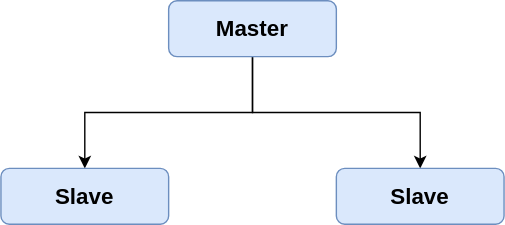
Developer-Tang/notes keeps this draw.io diagram as Redis/Redis集群方案/Redis主从.drawio.svg. Above is the earlier version. Source tidied: cells renumbered, new cells last; positions are measured from the earlier drawing's top-left corner, leaving out a move shared by most shapes. Its diagram source:
```xml
<mxGraphModel>
  <root>
    <mxCell id="0" />
    <mxCell id="1" parent="0" />
    <mxCell id="2" style="edgeStyle=orthogonalEdgeStyle;rounded=0;jettySize=auto;html=1;exitX=0.5;exitY=1;exitDx=0;exitDy=0;fontSize=16;" parent="1" edge="1" source="4" target="5">
      <mxGeometry relative="1" as="geometry" />
    </mxCell>
    <mxCell id="3" style="edgeStyle=orthogonalEdgeStyle;rounded=0;jettySize=auto;html=1;exitX=0.5;exitY=1;exitDx=0;exitDy=0;fontSize=16;" parent="1" edge="1" source="4" target="6">
      <mxGeometry relative="1" as="geometry" />
    </mxCell>
    <mxCell id="4" value="Master" style="rounded=1;whiteSpace=wrap;html=1;fillColor=#dae8fc;strokeColor=#6c8ebf;fontSize=16;fontStyle=1;" parent="1" vertex="1">
      <mxGeometry x="120" width="120" height="40" as="geometry" />
    </mxCell>
    <mxCell id="5" value="Slave" style="rounded=1;whiteSpace=wrap;html=1;fillColor=#dae8fc;strokeColor=#6c8ebf;fontSize=16;fontStyle=1;" parent="1" vertex="1">
      <mxGeometry y="120" width="120" height="40" as="geometry" />
    </mxCell>
    <mxCell id="6" value="Slave" style="rounded=1;whiteSpace=wrap;html=1;fillColor=#dae8fc;strokeColor=#6c8ebf;fontSize=16;fontStyle=1;" parent="1" vertex="1">
      <mxGeometry x="240" y="120" width="120" height="40" as="geometry" />
    </mxCell>
  </root>
</mxGraphModel>
```
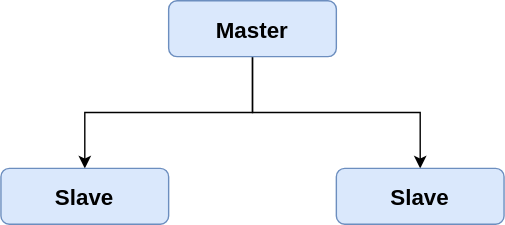
Above is the later version.

The edit, as a diff of the source:
```diff
@@ -2,19 +2,19 @@
   <root>
     <mxCell id="0" />
     <mxCell id="1" parent="0" />
-    <mxCell id="2" style="edgeStyle=orthogonalEdgeStyle;rounded=0;jettySize=auto;html=1;exitX=0.5;exitY=1;exitDx=0;exitDy=0;fontSize=16;" parent="1" edge="1" source="4" target="5">
+    <mxCell id="2" style="edgeStyle=orthogonalEdgeStyle;rounded=0;jettySize=auto;exitX=0.5;exitY=1;exitDx=0;exitDy=0;fontSize=16;labelBackgroundColor=none;" parent="1" edge="1" source="4" target="5">
       <mxGeometry relative="1" as="geometry" />
     </mxCell>
-    <mxCell id="3" style="edgeStyle=orthogonalEdgeStyle;rounded=0;jettySize=auto;html=1;exitX=0.5;exitY=1;exitDx=0;exitDy=0;fontSize=16;" parent="1" edge="1" source="4" target="6">
+    <mxCell id="3" style="edgeStyle=orthogonalEdgeStyle;rounded=0;jettySize=auto;exitX=0.5;exitY=1;exitDx=0;exitDy=0;fontSize=16;labelBackgroundColor=none;" parent="1" edge="1" source="4" target="6">
       <mxGeometry relative="1" as="geometry" />
     </mxCell>
-    <mxCell id="4" value="Master" style="rounded=1;whiteSpace=wrap;html=1;fillColor=#dae8fc;strokeColor=#6c8ebf;fontSize=16;fontStyle=1;" parent="1" vertex="1">
+    <mxCell id="4" value="Master" style="rounded=1;fillColor=#dae8fc;strokeColor=#6c8ebf;fontSize=16;fontStyle=1;labelBackgroundColor=none;" parent="1" vertex="1">
       <mxGeometry x="120" width="120" height="40" as="geometry" />
     </mxCell>
-    <mxCell id="5" value="Slave" style="rounded=1;whiteSpace=wrap;html=1;fillColor=#dae8fc;strokeColor=#6c8ebf;fontSize=16;fontStyle=1;" parent="1" vertex="1">
+    <mxCell id="5" value="Slave" style="rounded=1;fillColor=#dae8fc;strokeColor=#6c8ebf;fontSize=16;fontStyle=1;labelBackgroundColor=none;" parent="1" vertex="1">
       <mxGeometry y="120" width="120" height="40" as="geometry" />
     </mxCell>
-    <mxCell id="6" value="Slave" style="rounded=1;whiteSpace=wrap;html=1;fillColor=#dae8fc;strokeColor=#6c8ebf;fontSize=16;fontStyle=1;" parent="1" vertex="1">
+    <mxCell id="6" value="Slave" style="rounded=1;fillColor=#dae8fc;strokeColor=#6c8ebf;fontSize=16;fontStyle=1;labelBackgroundColor=none;" parent="1" vertex="1">
       <mxGeometry x="240" y="120" width="120" height="40" as="geometry" />
     </mxCell>
   </root>
```
